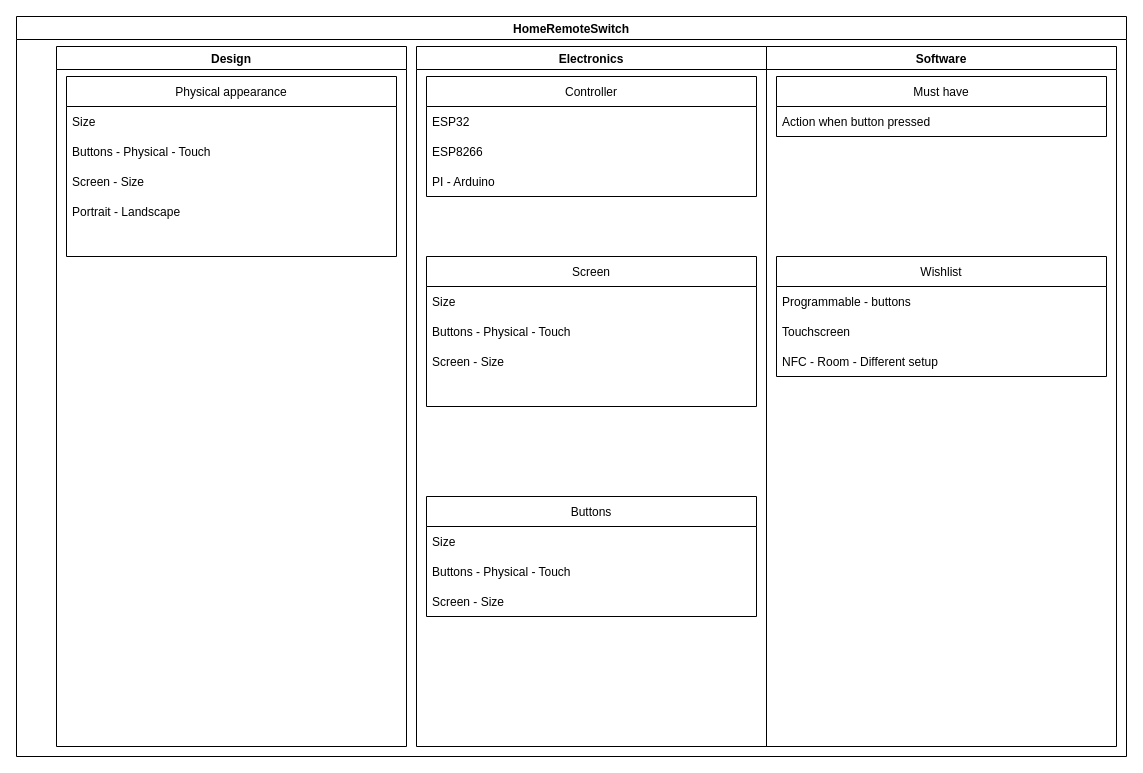
Earlier version of the draw.io diagram page "Feature List" (1 of 2) of images/HomeRemoteSwitch.drawio (houdaerttim/HomeRemoteSwitch). Source tidied: cells renumbered, new cells numbered last; positions are measured from the earlier drawing's top-left corner, leaving out a move shared by most shapes. Both pictures are drawn from the tidied source at 100%, with x=0, y=0 at pixel (16, 16).
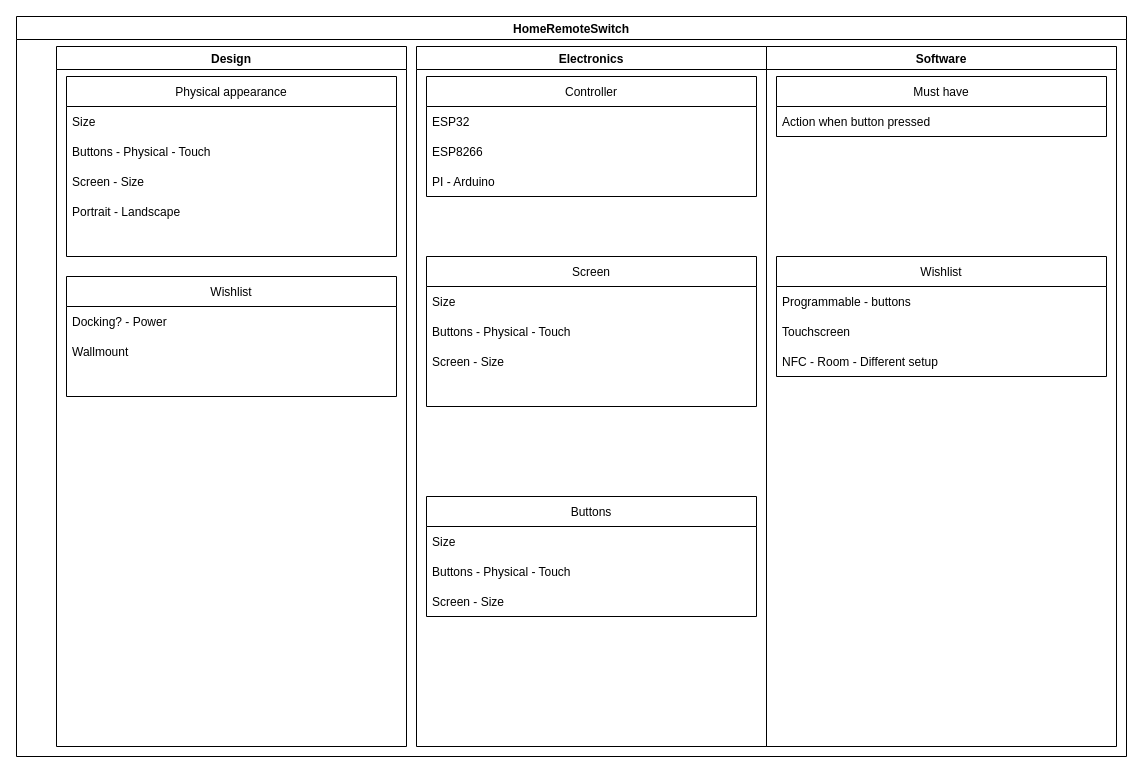
Above is the later version.

Unchanged cells that the change refers to:
```xml
<mxCell id="3" value="Design" style="swimlane;glass=0;" parent="2" vertex="1">
  <mxGeometry x="40" y="30" width="350" height="700" as="geometry" />
</mxCell>
```

Change to the diagram source:
```diff
@@
+    <mxCell id="31" value="Wishlist" style="swimlane;fontStyle=0;horizontal=1;startSize=30;glass=0;" parent="3" vertex="1">
+      <mxGeometry x="10" y="230" width="330" height="120" as="geometry" />
+    </mxCell>
+    <mxCell id="32" value="Docking? - Power" style="text;strokeColor=none;fillColor=none;align=left;verticalAlign=middle;spacingLeft=4;spacingRight=4;overflow=hidden;glass=0;" parent="31" vertex="1">
+      <mxGeometry y="30" width="330" height="30" as="geometry" />
+    </mxCell>
+    <mxCell id="33" value="Wallmount" style="text;strokeColor=none;fillColor=none;align=left;verticalAlign=middle;spacingLeft=4;spacingRight=4;overflow=hidden;glass=0;" parent="31" vertex="1">
+      <mxGeometry y="60" width="330" height="30" as="geometry" />
+    </mxCell>
+    <mxCell id="34" style="text;strokeColor=none;fillColor=none;align=left;verticalAlign=middle;spacingLeft=4;spacingRight=4;overflow=hidden;glass=0;" parent="31" vertex="1">
+      <mxGeometry y="90" width="330" height="30" as="geometry" />
+    </mxCell>
```
